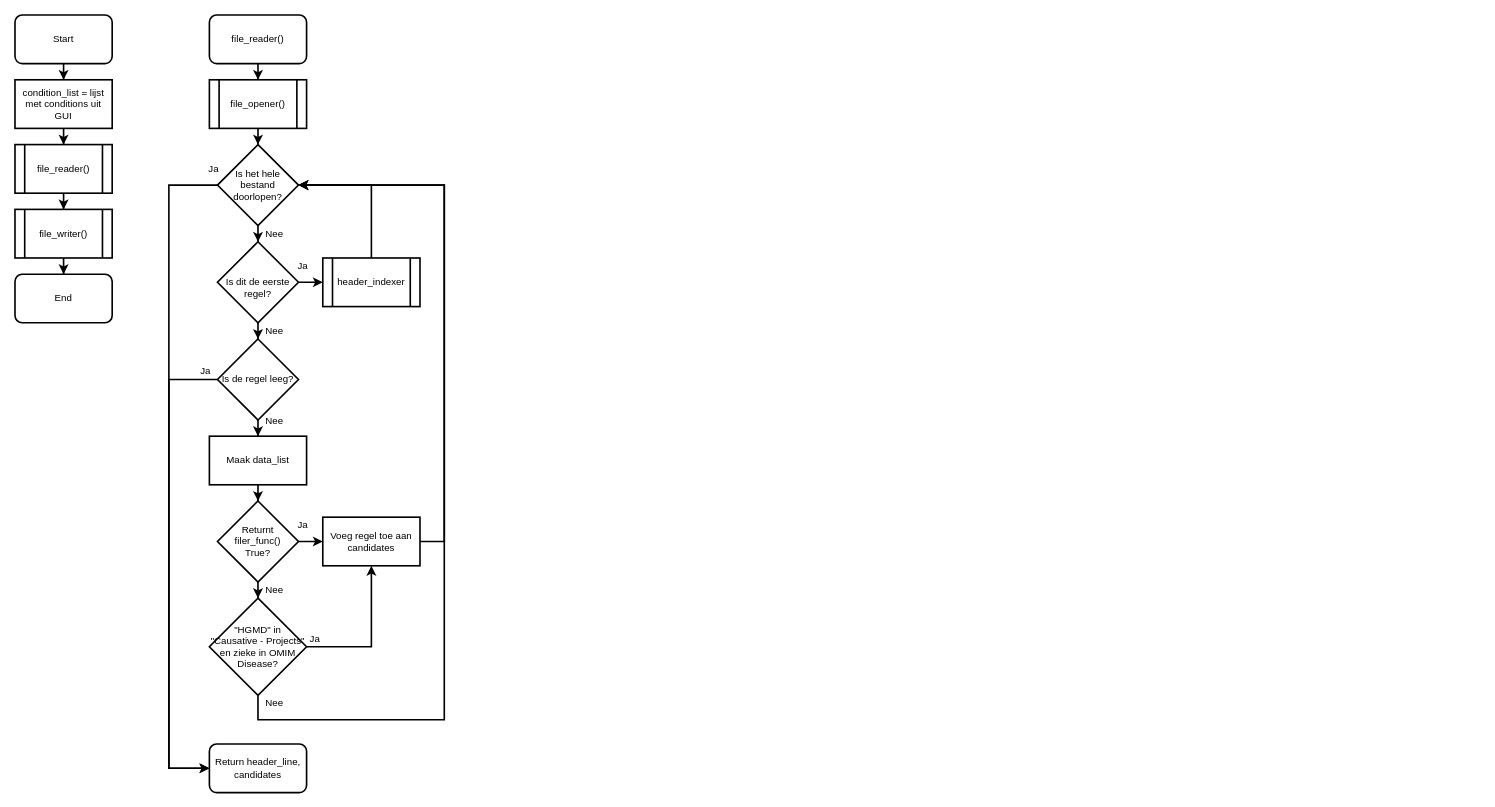
The draw.io diagram Flowchart Filter.drawio in BramUt/Filterding, before the edit. Source tidied: cells renumbered, new cells numbered last; positions are measured from the earlier drawing's top-left corner, leaving out a move shared by most shapes. Both pictures are drawn from the tidied source at 81%, with x=0, y=0 at pixel (15, 15).
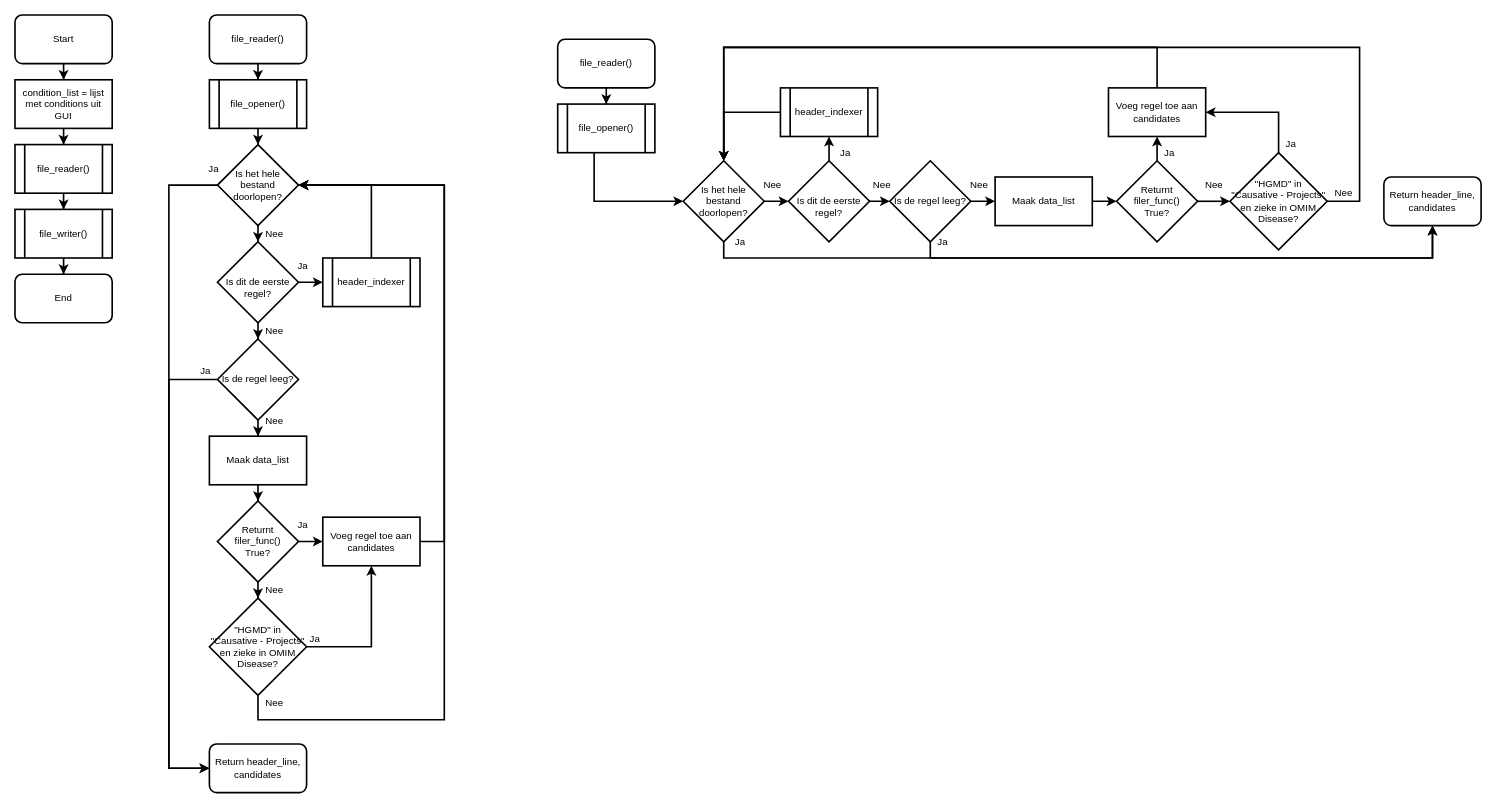
Above is the later version.

Diff of the diagram source:
```diff
@@
+    <mxCell id="47" style="edgeStyle=orthogonalEdgeStyle;rounded=0;jettySize=auto;html=1;strokeWidth=2;" parent="1" edge="1" source="48" target="50">
+      <mxGeometry relative="1" as="geometry" />
+    </mxCell>
+    <mxCell id="48" value="file_reader()" style="rounded=1;whiteSpace=wrap;html=1;strokeWidth=2;" parent="1" vertex="1">
+      <mxGeometry x="670" y="30" width="120" height="60" as="geometry" />
+    </mxCell>
+    <mxCell id="49" style="edgeStyle=orthogonalEdgeStyle;rounded=0;jettySize=auto;html=1;strokeWidth=2;" parent="1" edge="1" source="50" target="53">
+      <mxGeometry relative="1" as="geometry">
+        <Array as="points">
+          <mxPoint x="715" y="230" />
+        </Array>
+      </mxGeometry>
+    </mxCell>
+    <mxCell id="50" value="file_opener()" style="shape=process;whiteSpace=wrap;html=1;backgroundOutline=1;strokeWidth=2;" parent="1" vertex="1">
+      <mxGeometry x="670" y="110" width="120" height="60" as="geometry" />
+    </mxCell>
+    <mxCell id="51" style="edgeStyle=orthogonalEdgeStyle;rounded=0;jettySize=auto;html=1;entryX=0.5;entryY=1;entryDx=0;entryDy=0;strokeWidth=2;" parent="1" edge="1" source="53" target="65">
+      <mxGeometry relative="1" as="geometry">
+        <Array as="points">
+          <mxPoint x="875" y="300" />
+          <mxPoint x="1750" y="300" />
+        </Array>
+      </mxGeometry>
+    </mxCell>
+    <mxCell id="52" style="edgeStyle=orthogonalEdgeStyle;rounded=0;jettySize=auto;html=1;entryX=0;entryY=0.5;entryDx=0;entryDy=0;strokeWidth=2;" parent="1" edge="1" source="53" target="64">
+      <mxGeometry relative="1" as="geometry" />
+    </mxCell>
+    <mxCell id="53" value="Is het hele bestand doorlopen?" style="rhombus;whiteSpace=wrap;html=1;strokeWidth=2;" parent="1" vertex="1">
+      <mxGeometry x="825" y="180" width="100" height="100" as="geometry" />
+    </mxCell>
+    <mxCell id="54" style="edgeStyle=orthogonalEdgeStyle;rounded=0;jettySize=auto;html=1;entryX=0;entryY=0.5;entryDx=0;entryDy=0;strokeWidth=2;" parent="1" edge="1" source="56" target="67">
+      <mxGeometry relative="1" as="geometry" />
+    </mxCell>
+    <mxCell id="55" style="edgeStyle=orthogonalEdgeStyle;rounded=0;jettySize=auto;html=1;entryX=0.5;entryY=1;entryDx=0;entryDy=0;strokeWidth=2;" parent="1" edge="1" source="56" target="65">
+      <mxGeometry relative="1" as="geometry">
+        <Array as="points">
+          <mxPoint x="1130" y="300" />
+          <mxPoint x="1750" y="300" />
+        </Array>
+      </mxGeometry>
+    </mxCell>
+    <mxCell id="56" value="Is de regel leeg?" style="rhombus;whiteSpace=wrap;html=1;strokeWidth=2;" parent="1" vertex="1">
+      <mxGeometry x="1080" y="180" width="100" height="100" as="geometry" />
+    </mxCell>
+    <mxCell id="57" value="Nee" style="text;html=1;align=center;verticalAlign=middle;strokeWidth=2;" parent="1" vertex="1">
+      <mxGeometry x="915" y="200" width="40" height="20" as="geometry" />
+    </mxCell>
+    <mxCell id="58" value="Nee" style="text;html=1;align=center;verticalAlign=middle;strokeWidth=2;" parent="1" vertex="1">
+      <mxGeometry x="1620" y="210" width="40" height="20" as="geometry" />
+    </mxCell>
+    <mxCell id="59" style="edgeStyle=orthogonalEdgeStyle;rounded=0;jettySize=auto;html=1;strokeWidth=2;" parent="1" edge="1" source="60" target="53">
+      <mxGeometry relative="1" as="geometry" />
+    </mxCell>
+    <mxCell id="60" value="header_indexer" style="shape=process;whiteSpace=wrap;html=1;backgroundOutline=1;strokeWidth=2;" parent="1" vertex="1">
+      <mxGeometry x="945" y="90" width="120" height="60" as="geometry" />
+    </mxCell>
+    <mxCell id="61" value="Ja" style="text;html=1;align=center;verticalAlign=middle;strokeWidth=2;" parent="1" vertex="1">
+      <mxGeometry x="1010" y="160" width="30" height="20" as="geometry" />
+    </mxCell>
+    <mxCell id="62" style="edgeStyle=orthogonalEdgeStyle;rounded=0;jettySize=auto;html=1;strokeWidth=2;" parent="1" edge="1" source="64" target="60">
+      <mxGeometry relative="1" as="geometry" />
+    </mxCell>
+    <mxCell id="63" style="edgeStyle=orthogonalEdgeStyle;rounded=0;jettySize=auto;html=1;strokeWidth=2;" parent="1" edge="1" source="64" target="56">
+      <mxGeometry relative="1" as="geometry" />
+    </mxCell>
+    <mxCell id="64" value="&lt;div&gt;&lt;br&gt;&lt;/div&gt;&lt;div&gt;Is dit de eerste regel?&lt;/div&gt;" style="rhombus;whiteSpace=wrap;html=1;strokeWidth=2;" parent="1" vertex="1">
+      <mxGeometry x="955" y="180" width="100" height="100" as="geometry" />
+    </mxCell>
+    <mxCell id="65" value="Return header_line, candidates" style="rounded=1;whiteSpace=wrap;html=1;strokeWidth=2;" parent="1" vertex="1">
+      <mxGeometry x="1690" y="200" width="120" height="60" as="geometry" />
+    </mxCell>
+    <mxCell id="66" style="edgeStyle=orthogonalEdgeStyle;rounded=0;jettySize=auto;html=1;entryX=0;entryY=0.5;entryDx=0;entryDy=0;strokeWidth=2;" parent="1" edge="1" source="67" target="70">
+      <mxGeometry relative="1" as="geometry" />
+    </mxCell>
+    <mxCell id="67" value="Maak data_list" style="rounded=0;whiteSpace=wrap;html=1;strokeWidth=2;" parent="1" vertex="1">
+      <mxGeometry x="1210" y="200" width="120" height="60" as="geometry" />
+    </mxCell>
+    <mxCell id="68" style="edgeStyle=orthogonalEdgeStyle;rounded=0;jettySize=auto;html=1;entryX=0;entryY=0.5;entryDx=0;entryDy=0;strokeWidth=2;" parent="1" edge="1" source="70" target="77">
+      <mxGeometry relative="1" as="geometry" />
+    </mxCell>
+    <mxCell id="69" style="edgeStyle=orthogonalEdgeStyle;rounded=0;jettySize=auto;html=1;entryX=0.5;entryY=1;entryDx=0;entryDy=0;strokeWidth=2;" parent="1" edge="1" source="70" target="72">
+      <mxGeometry relative="1" as="geometry" />
+    </mxCell>
+    <mxCell id="70" value="&lt;div&gt;Returnt filer_func() &lt;br&gt;&lt;/div&gt;&lt;div&gt;True?&lt;/div&gt;" style="rhombus;whiteSpace=wrap;html=1;strokeWidth=2;" parent="1" vertex="1">
+      <mxGeometry x="1360" y="180" width="100" height="100" as="geometry" />
+    </mxCell>
+    <mxCell id="71" style="edgeStyle=orthogonalEdgeStyle;rounded=0;jettySize=auto;html=1;entryX=0.5;entryY=0;entryDx=0;entryDy=0;strokeWidth=2;" parent="1" edge="1" source="72" target="53">
+      <mxGeometry relative="1" as="geometry">
+        <Array as="points">
+          <mxPoint x="1410" y="40" />
+          <mxPoint x="875" y="40" />
+        </Array>
+      </mxGeometry>
+    </mxCell>
+    <mxCell id="72" value="Voeg regel toe aan candidates" style="rounded=0;whiteSpace=wrap;html=1;strokeWidth=2;" parent="1" vertex="1">
+      <mxGeometry x="1350" y="90" width="120" height="60" as="geometry" />
+    </mxCell>
+    <mxCell id="73" value="Nee" style="text;html=1;align=center;verticalAlign=middle;strokeWidth=2;" parent="1" vertex="1">
+      <mxGeometry x="1460" y="200" width="40" height="20" as="geometry" />
+    </mxCell>
+    <mxCell id="74" value="Ja" style="text;html=1;align=center;verticalAlign=middle;strokeWidth=2;" parent="1" vertex="1">
+      <mxGeometry x="1410" y="160" width="30" height="20" as="geometry" />
+    </mxCell>
+    <mxCell id="75" style="edgeStyle=orthogonalEdgeStyle;rounded=0;jettySize=auto;html=1;entryX=1;entryY=0.5;entryDx=0;entryDy=0;strokeWidth=2;" parent="1" edge="1" source="77" target="72">
+      <mxGeometry relative="1" as="geometry">
+        <Array as="points">
+          <mxPoint x="1560" y="120" />
+        </Array>
+      </mxGeometry>
+    </mxCell>
+    <mxCell id="76" style="edgeStyle=orthogonalEdgeStyle;rounded=0;jettySize=auto;html=1;entryX=0.5;entryY=0;entryDx=0;entryDy=0;strokeWidth=2;" parent="1" edge="1" source="77" target="53">
+      <mxGeometry relative="1" as="geometry">
+        <Array as="points">
+          <mxPoint x="1660" y="230" />
+          <mxPoint x="1660" y="40" />
+          <mxPoint x="875" y="40" />
+        </Array>
+      </mxGeometry>
+    </mxCell>
+    <mxCell id="77" value="&lt;div&gt;&quot;HGMD&quot; in&lt;br&gt;&lt;/div&gt;&lt;div&gt;&quot;Causative - Projects&quot; en zieke in OMIM &lt;br&gt;&lt;/div&gt;&lt;div&gt;Disease?&lt;/div&gt;" style="rhombus;whiteSpace=wrap;html=1;strokeWidth=2;" parent="1" vertex="1">
+      <mxGeometry x="1500" y="170" width="120" height="120" as="geometry" />
+    </mxCell>
+    <mxCell id="78" value="Ja" style="text;html=1;align=center;verticalAlign=middle;strokeWidth=2;" parent="1" vertex="1">
+      <mxGeometry x="1560" y="150" width="30" height="20" as="geometry" />
+    </mxCell>
+    <mxCell id="79" value="Nee" style="text;html=1;align=center;verticalAlign=middle;strokeWidth=2;" parent="1" vertex="1">
+      <mxGeometry x="1050" y="200" width="40" height="20" as="geometry" />
+    </mxCell>
+    <mxCell id="80" value="Nee" style="text;html=1;align=center;verticalAlign=middle;strokeWidth=2;" parent="1" vertex="1">
+      <mxGeometry x="1170" y="200" width="40" height="20" as="geometry" />
+    </mxCell>
+    <mxCell id="81" value="Ja" style="text;html=1;align=center;verticalAlign=middle;strokeWidth=2;" parent="1" vertex="1">
+      <mxGeometry x="880" y="270" width="30" height="20" as="geometry" />
+    </mxCell>
+    <mxCell id="82" value="Ja" style="text;html=1;align=center;verticalAlign=middle;strokeWidth=2;" parent="1" vertex="1">
+      <mxGeometry x="1130" y="270" width="30" height="20" as="geometry" />
+    </mxCell>
```
